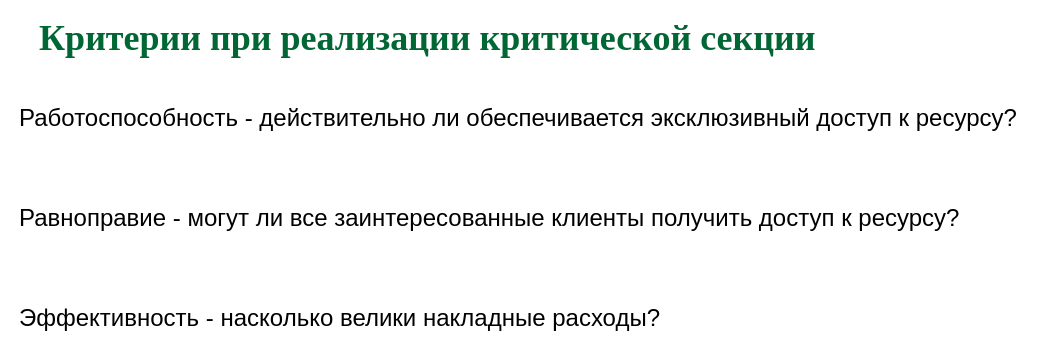
Before: page "CritCriteria" (2 of 19) of slides/sync.drawio in 77maxikov/os_course, a draw.io diagram. Source tidied: cells renumbered, new cells numbered last; positions are measured from the earlier drawing's top-left corner, leaving out a move shared by most shapes. Both pictures are drawn from the tidied source at 100%, with x=0, y=0 at pixel (17, 28).
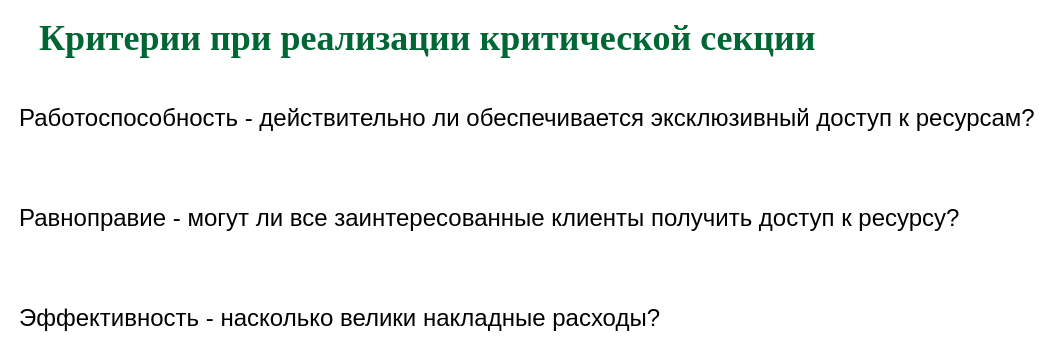
The same diagram, later.

What changed in the source:
```diff
@@
 <mxGraphModel>
   <root>
     <mxCell id="0" />
     <mxCell id="1" parent="0" />
     <mxCell id="2" value="&lt;font face=&quot;Garamond&quot; color=&quot;#006633&quot; size=&quot;1&quot;&gt;&lt;b style=&quot;font-size: 36px&quot;&gt;Критерии при реализации критической секции&lt;/b&gt;&lt;/font&gt;" style="text;html=1;align=left;verticalAlign=middle;whiteSpace=wrap;rounded=0;" parent="1" vertex="1">
       <mxGeometry x="20" width="920" height="20" as="geometry" />
     </mxCell>
-    <mxCell id="3" value="&lt;font style=&quot;font-size: 24px&quot;&gt;Работоспособность - действительно ли обеспечивается эксклюзивный доступ к ресурсу?&lt;/font&gt;" style="text;html=1;strokeColor=none;fillColor=none;align=left;verticalAlign=middle;whiteSpace=wrap;rounded=0;" parent="1" vertex="1">
+    <mxCell id="3" value="&lt;font style=&quot;font-size: 24px&quot;&gt;Работоспособность - действительно ли обеспечивается эксклюзивный доступ к ресурсам?&lt;/font&gt;" style="text;html=1;strokeColor=none;fillColor=none;align=left;verticalAlign=middle;whiteSpace=wrap;rounded=0;" parent="1" vertex="1">
       <mxGeometry y="80" width="1030" height="20" as="geometry" />
     </mxCell>
     <mxCell id="4" value="&lt;font style=&quot;font-size: 24px&quot;&gt;Равноправие - могут ли все заинтересованные клиенты получить доступ к ресурсу?&lt;/font&gt;" style="text;html=1;strokeColor=none;fillColor=none;align=left;verticalAlign=middle;whiteSpace=wrap;rounded=0;" parent="1" vertex="1">
       <mxGeometry y="180" width="1030" height="20" as="geometry" />
     </mxCell>
     <mxCell id="5" value="&lt;font style=&quot;font-size: 24px&quot;&gt;Эффективность - насколько велики накладные расходы?&lt;/font&gt;" style="text;html=1;strokeColor=none;fillColor=none;align=left;verticalAlign=middle;whiteSpace=wrap;rounded=0;" parent="1" vertex="1">
       <mxGeometry y="280" width="1030" height="20" as="geometry" />
     </mxCell>
   </root>
 </mxGraphModel>
```
